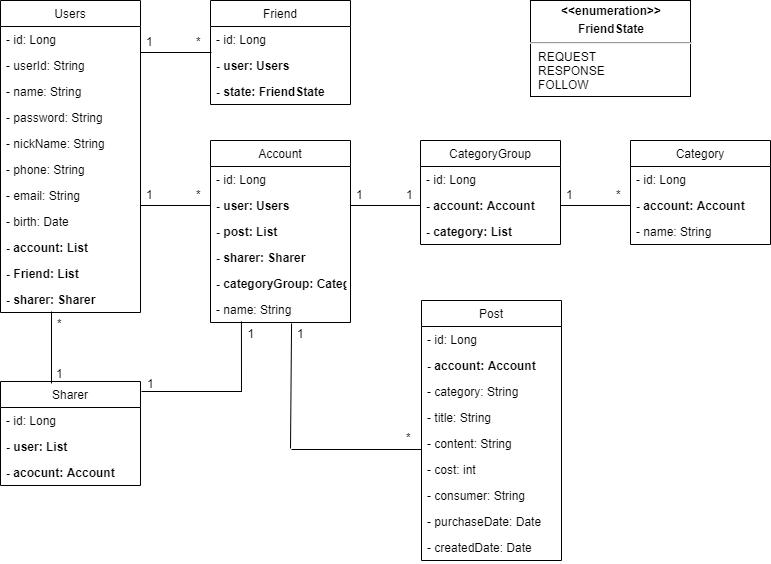
Above: image/UML.png in Kpearl/gongbu_server (draw.io), before the change. Source tidied: cells renumbered, new cells last; positions are measured from the earlier drawing's top-left corner, leaving out a move shared by most shapes.
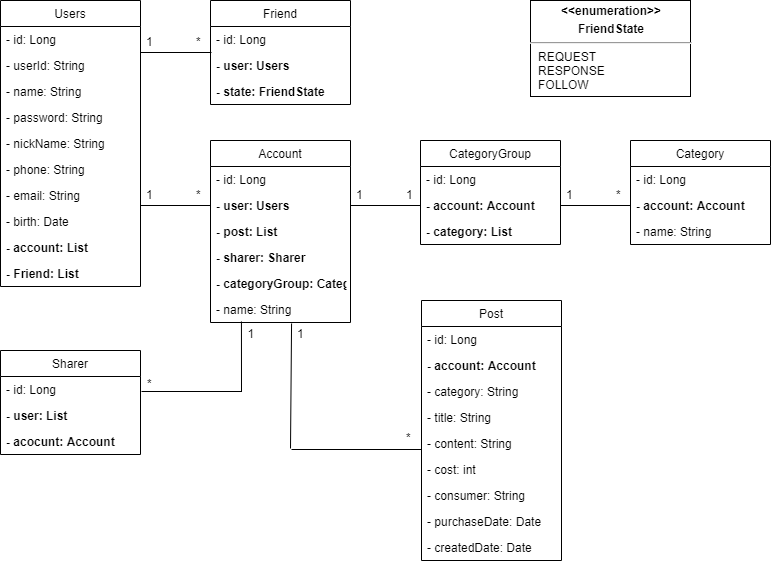
The same diagram one commit later.

Diff of the diagram source:
```diff
@@ -7,9 +7,6 @@
         <mxPoint x="140" y="205" as="sourcePoint" />
       </mxGeometry>
     </mxCell>
-    <mxCell id="3" style="line;strokeWidth=1;fillColor=none;align=left;verticalAlign=middle;spacingTop=-1;spacingLeft=3;spacingRight=3;labelPosition=right;" parent="1" vertex="1">
-      <mxGeometry x="70" y="312" height="28" as="geometry" />
-    </mxCell>
     <mxCell id="4" value="1" style="text;strokeColor=none;fillColor=none;align=left;verticalAlign=top;spacingLeft=4;spacingRight=4;overflow=hidden;" parent="1" vertex="1">
       <mxGeometry x="140" y="181" width="20" height="20" as="geometry" />
     </mxCell>
@@ -59,7 +56,7 @@
       <mxGeometry x="530" width="160" height="96" as="geometry" />
     </mxCell>
     <mxCell id="19" value="Users" style="swimlane;fontStyle=0;horizontal=1;startSize=26;fillColor=none;" parent="1" vertex="1">
-      <mxGeometry width="140" height="312" as="geometry" />
+      <mxGeometry width="140" height="286" as="geometry" />
     </mxCell>
     <mxCell id="20" value="- id: Long" style="text;strokeColor=none;fillColor=none;align=left;verticalAlign=top;spacingLeft=4;spacingRight=4;overflow=hidden;" parent="19" vertex="1">
       <mxGeometry y="26" width="140" height="26" as="geometry" />
@@ -91,9 +88,6 @@
     <mxCell id="29" value="- Friend: List" style="text;strokeColor=none;fillColor=none;align=left;verticalAlign=top;spacingLeft=4;spacingRight=4;overflow=hidden;fontStyle=1;" parent="19" vertex="1">
       <mxGeometry y="260" width="140" height="26" as="geometry" />
     </mxCell>
-    <mxCell id="30" value="- sharer: Sharer" style="text;strokeColor=none;fillColor=none;align=left;verticalAlign=top;spacingLeft=4;spacingRight=4;overflow=hidden;fontStyle=1;" parent="19" vertex="1">
-      <mxGeometry y="286" width="140" height="26" as="geometry" />
-    </mxCell>
     <mxCell id="31" value="Account" style="swimlane;fontStyle=0;horizontal=1;startSize=26;fillColor=none;" parent="1" vertex="1">
       <mxGeometry x="210" y="140" width="140" height="182" as="geometry" />
     </mxCell>
@@ -193,23 +187,14 @@
     <mxCell id="62" style="line;strokeWidth=1;fillColor=none;align=left;verticalAlign=middle;spacingTop=-1;spacingLeft=3;spacingRight=3;labelPosition=right;" parent="1" vertex="1">
       <mxGeometry x="141" y="387" width="100.5" height="8" as="geometry" />
     </mxCell>
-    <mxCell id="63" value="1" style="text;strokeColor=none;fillColor=none;align=left;verticalAlign=top;spacingLeft=4;spacingRight=4;overflow=hidden;" parent="1" vertex="1">
-      <mxGeometry x="141" y="370" width="20" height="30" as="geometry" />
-    </mxCell>
-    <mxCell id="64" style="rounded=0;orthogonalLoop=1;jettySize=auto;html=1;startFill=1;endFill=0;endArrow=none;exitX=0;exitY=0;exitDx=0;exitDy=0;exitPerimeter=0;" parent="1" edge="1">
-      <mxGeometry relative="1" as="geometry">
-        <mxPoint x="51" y="311" as="sourcePoint" />
-        <mxPoint x="51" y="383" as="targetPoint" />
-      </mxGeometry>
-    </mxCell>
-    <mxCell id="65" value="1" style="text;strokeColor=none;fillColor=none;align=left;verticalAlign=top;spacingLeft=4;spacingRight=4;overflow=hidden;" parent="1" vertex="1">
-      <mxGeometry x="50" y="360" width="20" height="20" as="geometry" />
-    </mxCell>
+    <mxCell id="71" value="1" style="text;strokeColor=none;fillColor=none;align=left;verticalAlign=top;spacingLeft=4;spacingRight=4;overflow=hidden;" parent="1" vertex="1">
+      <mxGeometry x="241.5" y="320" width="20" height="30" as="geometry" />
+    </mxCell>
     <mxCell id="66" value="*" style="text;strokeColor=none;fillColor=none;align=left;verticalAlign=top;spacingLeft=4;spacingRight=4;overflow=hidden;" parent="1" vertex="1">
-      <mxGeometry x="51" y="310" width="19" height="24" as="geometry" />
+      <mxGeometry x="141" y="370" width="20" height="30" as="geometry" />
     </mxCell>
     <mxCell id="67" value="Sharer" style="swimlane;fontStyle=0;horizontal=1;startSize=26;fillColor=none;" parent="1" vertex="1">
-      <mxGeometry y="381" width="140" height="104" as="geometry" />
+      <mxGeometry y="350" width="140" height="104" as="geometry" />
     </mxCell>
     <mxCell id="68" value="- id: Long" style="text;strokeColor=none;fillColor=none;align=left;verticalAlign=top;spacingLeft=4;spacingRight=4;overflow=hidden;" parent="67" vertex="1">
       <mxGeometry y="26" width="140" height="26" as="geometry" />
@@ -220,8 +205,5 @@
     <mxCell id="70" value="- acocunt: Account" style="text;strokeColor=none;fillColor=none;align=left;verticalAlign=top;spacingLeft=4;spacingRight=4;overflow=hidden;fontStyle=1;" parent="67" vertex="1">
       <mxGeometry y="78" width="140" height="26" as="geometry" />
     </mxCell>
-    <mxCell id="71" value="1" style="text;strokeColor=none;fillColor=none;align=left;verticalAlign=top;spacingLeft=4;spacingRight=4;overflow=hidden;" parent="1" vertex="1">
-      <mxGeometry x="241.5" y="320" width="20" height="30" as="geometry" />
-    </mxCell>
   </root>
 </mxGraphModel>
```
